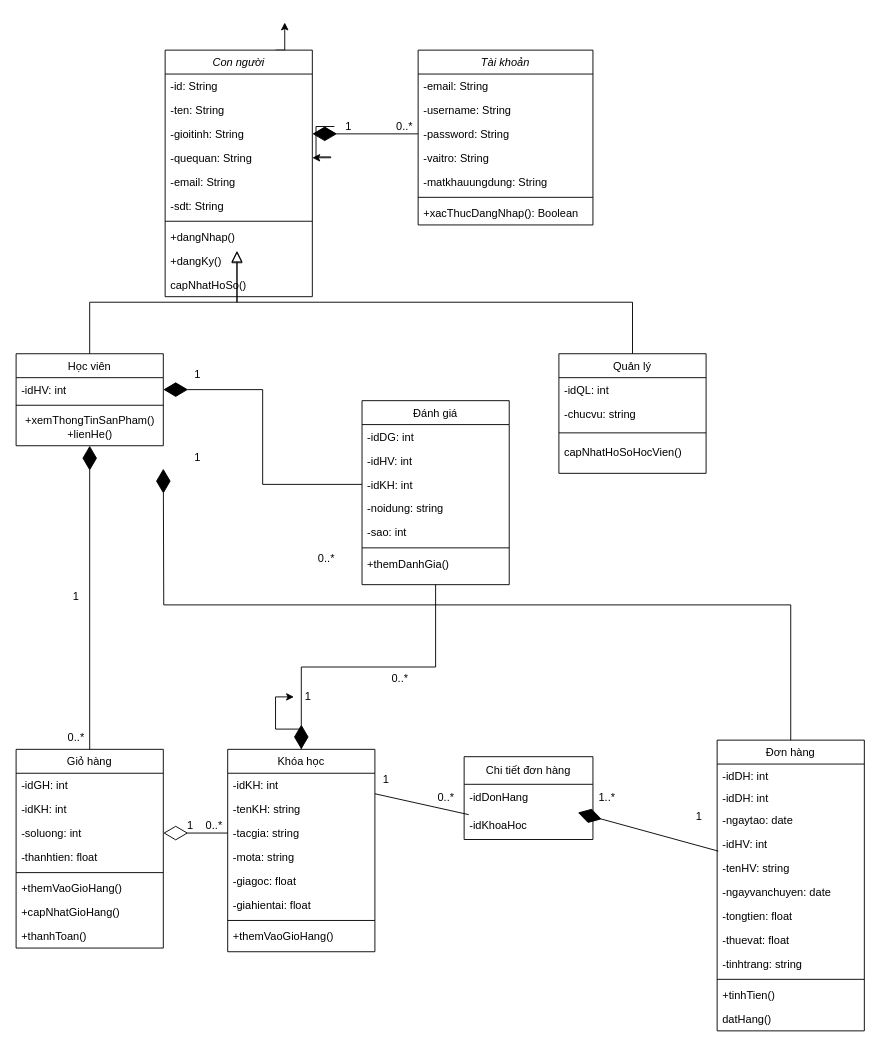
Earlier version of the draw.io diagram SAD Diagrams/class_diagram.drawio (hvt299/do_an_co_so_2). Source tidied: cells renumbered, new cells numbered last; positions are measured from the earlier drawing's top-left corner, leaving out a move shared by most shapes. Both pictures are drawn from the tidied source at 92%, with x=0, y=0 at pixel (16, 22).
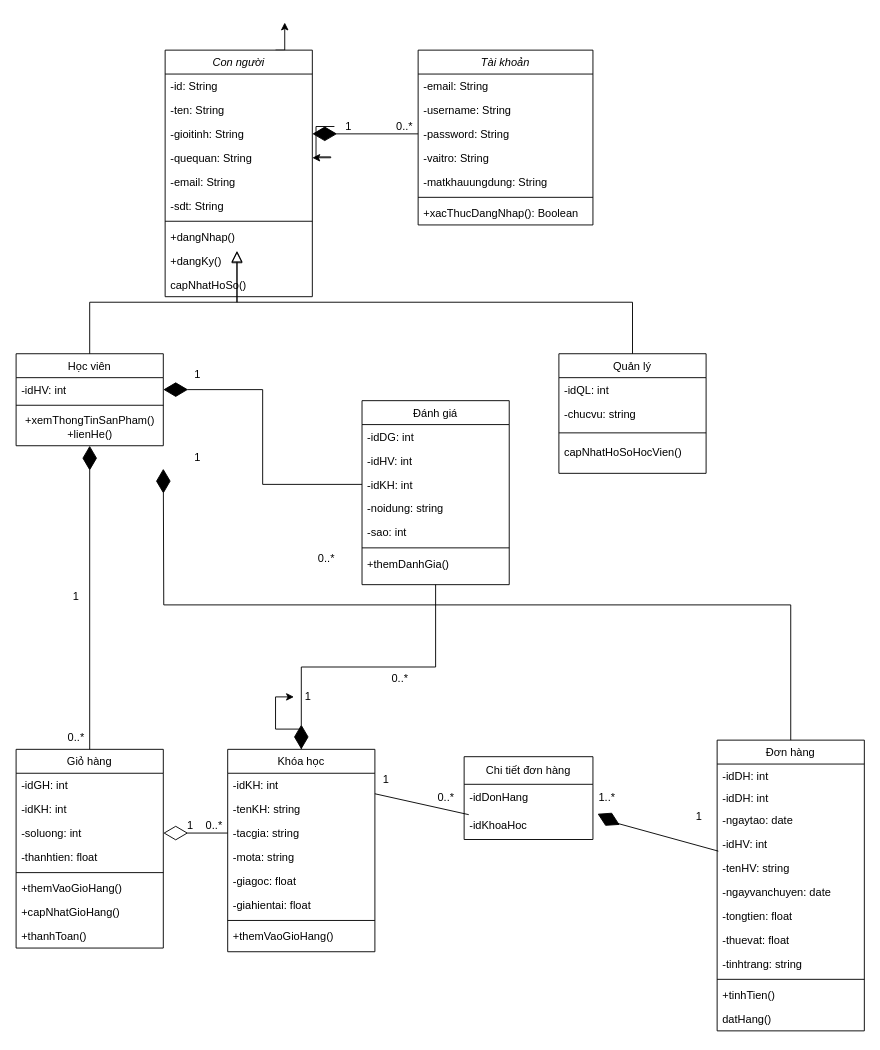
The same page after the edit.

Unchanged cells that the change refers to:
```xml
<mxCell id="38" value="-tenHV: string" style="text;align=left;verticalAlign=top;spacingLeft=4;spacingRight=4;overflow=hidden;points=[[0,0.5],[1,0.5]];portConstraint=eastwest;" parent="33" vertex="1">
  <mxGeometry y="126" width="160" height="26" as="geometry" />
</mxCell>
<mxCell id="93" value="-idKhoaHoc" style="text;strokeColor=none;fillColor=none;align=left;verticalAlign=middle;spacingLeft=4;spacingRight=4;overflow=hidden;points=[[0,0.5],[1,0.5]];portConstraint=eastwest;whiteSpace=wrap;html=1;" parent="91" vertex="1">
  <mxGeometry y="60" width="140" height="30" as="geometry" />
</mxCell>
```

Change to the diagram source:
```diff
@@
-    <mxCell id="97" style="endArrow=diamondThin;endFill=1;endSize=24;html=1;rounded=0;entryX=0.883;entryY=0.025;entryDx=0;entryDy=0;entryPerimeter=0;exitX=0.008;exitY=-0.206;exitDx=0;exitDy=0;exitPerimeter=0;" parent="1" edge="1" source="38" target="93">
-      <mxGeometry relative="1" as="geometry" />
+    <mxCell id="97" style="endArrow=diamondThin;endFill=1;endSize=24;html=1;rounded=0;exitX=0.008;exitY=-0.206;exitDx=0;exitDy=0;exitPerimeter=0;" parent="1" edge="1" source="38">
+      <mxGeometry relative="1" as="geometry">
+        <mxPoint x="632" y="860" as="targetPoint" />
+        <Array as="points">
+          <mxPoint x="652" y="870" />
+        </Array>
+      </mxGeometry>
     </mxCell>
```
